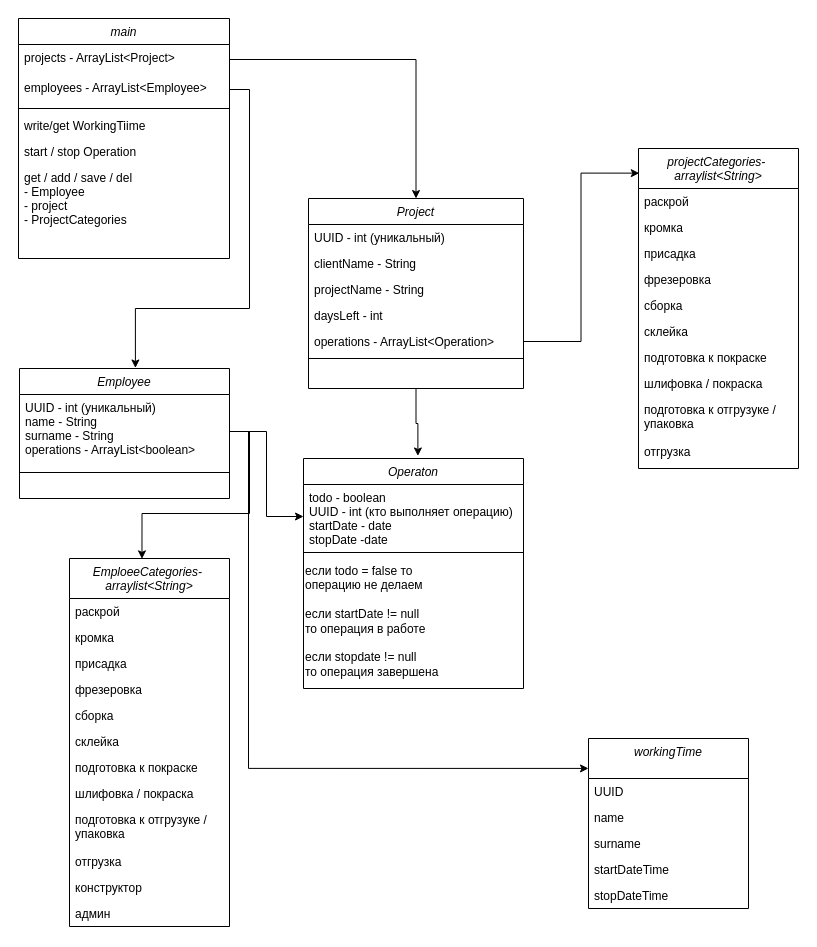
Before: Диаграмма TRAE.drawio in darken321/diagrams, a draw.io diagram. Source tidied: cells renumbered, new cells numbered last; positions are measured from the earlier drawing's top-left corner, leaving out a move shared by most shapes. Both pictures are drawn from the tidied source at 100%, with x=0, y=0 at pixel (18, 18).
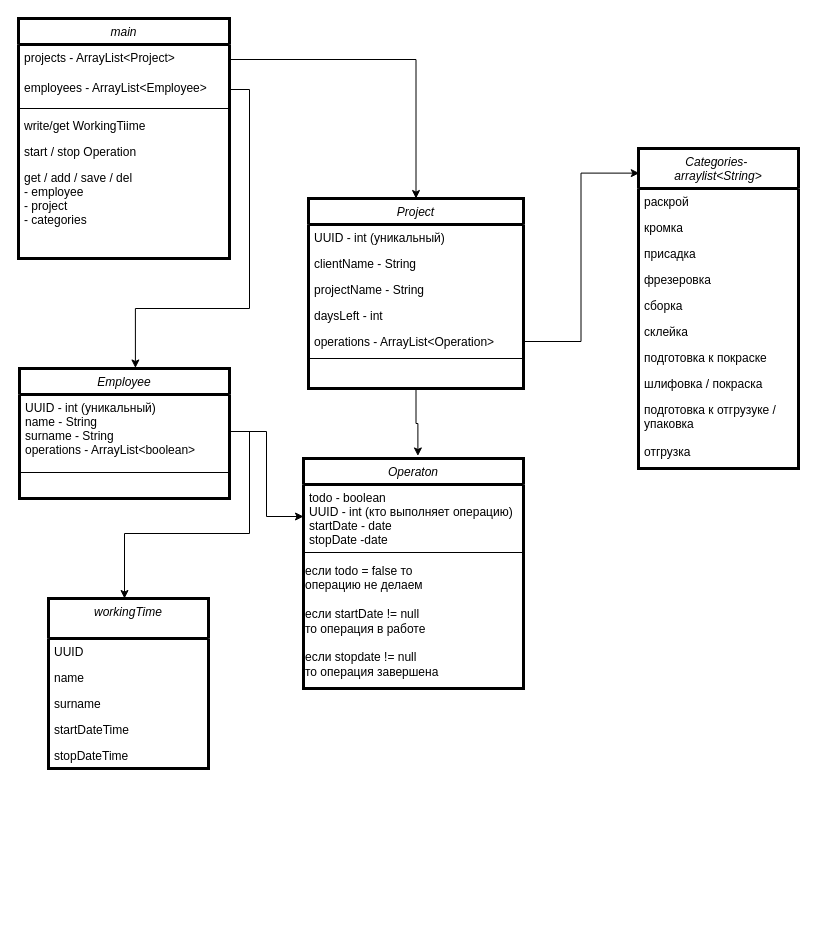
After the change.

Unchanged cells that the change refers to:
```xml
<mxCell id="35" value="UUID - int (уникальный)&#10;name - String&#10;surname - String&#10;operations - ArrayList&lt;boolean&gt;&#10;" style="text;align=left;verticalAlign=top;spacingLeft=4;spacingRight=4;overflow=hidden;points=[[0,0.5],[1,0.5]];portConstraint=eastwest;" parent="34" vertex="1">
  <mxGeometry y="26" width="210" height="74" as="geometry" />
</mxCell>
<mxCell id="43" value="employees - ArrayList&lt;Employee&gt;" style="text;align=left;verticalAlign=top;spacingLeft=4;spacingRight=4;overflow=hidden;points=[[0,0.5],[1,0.5]];portConstraint=eastwest;" parent="41" vertex="1">
  <mxGeometry y="56" width="211" height="30" as="geometry" />
</mxCell>
```

The edit, as a diff of the source:
```diff
@@
-    <mxCell id="3" value="Project" style="swimlane;fontStyle=2;align=center;verticalAlign=top;horizontal=1;startSize=26;rounded=0;shadow=0;strokeWidth=1;" parent="1" vertex="1">
+    <mxCell id="3" value="Project" style="swimlane;fontStyle=2;align=center;verticalAlign=top;horizontal=1;startSize=26;rounded=0;shadow=0;strokeWidth=3;" parent="1" vertex="1">
       <mxGeometry x="290" y="180" width="215" height="190" as="geometry" />
     </mxCell>
@@
-    <mxCell id="10" value="projectCategories- &#10;arraylist&lt;String&gt;" style="swimlane;fontStyle=2;align=center;verticalAlign=top;horizontal=1;startSize=40;rounded=0;shadow=0;strokeWidth=1;" parent="1" vertex="1">
+    <mxCell id="10" value="Categories- &#10;arraylist&lt;String&gt;" style="swimlane;fontStyle=2;align=center;verticalAlign=top;horizontal=1;startSize=40;rounded=0;shadow=0;strokeWidth=3;" parent="1" vertex="1">
       <mxGeometry x="620" y="130" width="160" height="320" as="geometry" />
     </mxCell>
@@
-    <mxCell id="21" value="EmploeeCategories- &#10;arraylist&lt;String&gt;" style="swimlane;fontStyle=2;align=center;verticalAlign=top;horizontal=1;startSize=40;rounded=0;shadow=0;strokeWidth=1;" parent="1" vertex="1">
-      <mxGeometry x="51" y="540" width="160" height="368" as="geometry" />
-    </mxCell>
-    <mxCell id="22" value="раскрой" style="text;align=left;verticalAlign=top;spacingLeft=4;spacingRight=4;overflow=hidden;" parent="21" vertex="1">
-      <mxGeometry y="40" width="160" height="26" as="geometry" />
-    </mxCell>
-    <mxCell id="23" value="кромка" style="text;align=left;verticalAlign=top;spacingLeft=4;spacingRight=4;overflow=hidden;" parent="21" vertex="1">
-      <mxGeometry y="66" width="160" height="26" as="geometry" />
-    </mxCell>
-    <mxCell id="24" value="присадка" style="text;align=left;verticalAlign=top;spacingLeft=4;spacingRight=4;overflow=hidden;" parent="21" vertex="1">
-      <mxGeometry y="92" width="160" height="26" as="geometry" />
-    </mxCell>
-    <mxCell id="25" value="фрезеровка" style="text;align=left;verticalAlign=top;spacingLeft=4;spacingRight=4;overflow=hidden;" parent="21" vertex="1">
-      <mxGeometry y="118" width="160" height="26" as="geometry" />
-    </mxCell>
-    <mxCell id="26" value="сборка" style="text;align=left;verticalAlign=top;spacingLeft=4;spacingRight=4;overflow=hidden;rounded=0;shadow=0;html=0;" parent="21" vertex="1">
-      <mxGeometry y="144" width="160" height="26" as="geometry" />
-    </mxCell>
-    <mxCell id="27" value="склейка" style="text;align=left;verticalAlign=top;spacingLeft=4;spacingRight=4;overflow=hidden;" parent="21" vertex="1">
-      <mxGeometry y="170" width="160" height="26" as="geometry" />
-    </mxCell>
-    <mxCell id="28" value="подготовка к покраске" style="text;align=left;verticalAlign=top;spacingLeft=4;spacingRight=4;overflow=hidden;rounded=0;shadow=0;html=0;" parent="21" vertex="1">
-      <mxGeometry y="196" width="160" height="26" as="geometry" />
-    </mxCell>
-    <mxCell id="29" value="шлифовка / покраска" style="text;align=left;verticalAlign=top;spacingLeft=4;spacingRight=4;overflow=hidden;" parent="21" vertex="1">
-      <mxGeometry y="222" width="160" height="26" as="geometry" />
-    </mxCell>
-    <mxCell id="30" value="подготовка к отгрузуке / &#10;упаковка" style="text;align=left;verticalAlign=top;spacingLeft=4;spacingRight=4;overflow=hidden;rounded=0;shadow=0;html=0;" parent="21" vertex="1">
-      <mxGeometry y="248" width="160" height="42" as="geometry" />
-    </mxCell>
-    <mxCell id="31" value="отгрузка" style="text;align=left;verticalAlign=top;spacingLeft=4;spacingRight=4;overflow=hidden;rounded=0;shadow=0;html=0;" parent="21" vertex="1">
-      <mxGeometry y="290" width="160" height="26" as="geometry" />
-    </mxCell>
-    <mxCell id="32" value="конструктор" style="text;align=left;verticalAlign=top;spacingLeft=4;spacingRight=4;overflow=hidden;rounded=0;shadow=0;html=0;" parent="21" vertex="1">
-      <mxGeometry y="316" width="160" height="26" as="geometry" />
-    </mxCell>
-    <mxCell id="33" value="админ" style="text;align=left;verticalAlign=top;spacingLeft=4;spacingRight=4;overflow=hidden;rounded=0;shadow=0;html=0;" parent="21" vertex="1">
-      <mxGeometry y="342" width="160" height="26" as="geometry" />
-    </mxCell>
-    <mxCell id="34" value="Employee" style="swimlane;fontStyle=2;align=center;verticalAlign=top;horizontal=1;startSize=26;rounded=0;shadow=0;strokeWidth=1;" parent="1" vertex="1">
+    <mxCell id="34" value="Employee" style="swimlane;fontStyle=2;align=center;verticalAlign=top;horizontal=1;startSize=26;rounded=0;shadow=0;strokeWidth=3;" parent="1" vertex="1">
       <mxGeometry x="1" y="350" width="210" height="130" as="geometry" />
     </mxCell>
@@
-    <mxCell id="37" value="Operaton" style="swimlane;fontStyle=2;align=center;verticalAlign=top;horizontal=1;startSize=26;rounded=0;shadow=0;strokeWidth=1;" parent="1" vertex="1">
+    <mxCell id="37" value="Operaton" style="swimlane;fontStyle=2;align=center;verticalAlign=top;horizontal=1;startSize=26;rounded=0;shadow=0;strokeWidth=3;" parent="1" vertex="1">
       <mxGeometry x="285" y="440" width="220" height="230" as="geometry" />
     </mxCell>
@@
-    <mxCell id="41" value="main" style="swimlane;fontStyle=2;align=center;verticalAlign=top;horizontal=1;startSize=26;rounded=0;shadow=0;strokeWidth=1;" parent="1" vertex="1">
+    <mxCell id="41" value="main" style="swimlane;fontStyle=2;align=center;verticalAlign=top;horizontal=1;startSize=26;rounded=0;shadow=0;strokeWidth=3;" parent="1" vertex="1">
       <mxGeometry width="211" height="240" as="geometry" />
     </mxCell>
@@
-    <mxCell id="47" value="get / add / save / del &#10;- Employee&#10;- project&#10;- ProjectCategories&#10;&#10;" style="text;align=left;verticalAlign=top;spacingLeft=4;spacingRight=4;overflow=hidden;" parent="41" vertex="1">
+    <mxCell id="47" value="get / add / save / del &#10;- employee&#10;- project&#10;- categories&#10;&#10;" style="text;align=left;verticalAlign=top;spacingLeft=4;spacingRight=4;overflow=hidden;" parent="41" vertex="1">
       <mxGeometry y="146" width="211" height="64" as="geometry" />
     </mxCell>
@@
-    <mxCell id="49" style="edgeStyle=orthogonalEdgeStyle;rounded=0;jettySize=auto;html=1;entryX=0.453;entryY=0.001;entryDx=0;entryDy=0;entryPerimeter=0;" parent="1" edge="1" source="35" target="21">
-      <mxGeometry relative="1" as="geometry" />
-    </mxCell>
@@
-    <mxCell id="52" value="workingTime" style="swimlane;fontStyle=2;align=center;verticalAlign=top;horizontal=1;startSize=40;rounded=0;shadow=0;strokeWidth=1;" parent="1" vertex="1">
-      <mxGeometry x="570" y="720" width="160" height="170" as="geometry" />
+    <mxCell id="52" value="workingTime" style="swimlane;fontStyle=2;align=center;verticalAlign=top;horizontal=1;startSize=40;rounded=0;shadow=0;strokeWidth=3;" parent="1" vertex="1">
+      <mxGeometry x="30" y="580" width="160" height="170" as="geometry" />
     </mxCell>
@@
+    <mxCell id="59" style="edgeStyle=orthogonalEdgeStyle;rounded=0;jettySize=auto;html=1;entryX=0.552;entryY=-0.004;entryDx=0;entryDy=0;entryPerimeter=0;" parent="1" edge="1" source="43" target="34">
+      <mxGeometry relative="1" as="geometry">
+        <Array as="points">
+          <mxPoint x="231" y="71" />
+          <mxPoint x="231" y="290" />
+          <mxPoint x="117" y="290" />
+        </Array>
+      </mxGeometry>
+    </mxCell>
-    <mxCell id="58" style="edgeStyle=orthogonalEdgeStyle;rounded=0;jettySize=auto;html=1;entryX=0;entryY=0.176;entryDx=0;entryDy=0;entryPerimeter=0;" parent="1" edge="1" source="35" target="52">
-      <mxGeometry relative="1" as="geometry">
-        <Array as="points">
-          <mxPoint x="230" y="413" />
-          <mxPoint x="230" y="750" />
-        </Array>
-      </mxGeometry>
+    <mxCell id="58" style="edgeStyle=orthogonalEdgeStyle;rounded=0;jettySize=auto;html=1;entryX=0.475;entryY=0;entryDx=0;entryDy=0;entryPerimeter=0;" parent="1" edge="1" source="35" target="52">
+      <mxGeometry relative="1" as="geometry" />
     </mxCell>
-    <mxCell id="59" style="edgeStyle=orthogonalEdgeStyle;rounded=0;jettySize=auto;html=1;entryX=0.552;entryY=-0.004;entryDx=0;entryDy=0;entryPerimeter=0;" parent="1" edge="1" source="43" target="34">
-      <mxGeometry relative="1" as="geometry">
-        <Array as="points">
-          <mxPoint x="231" y="71" />
-          <mxPoint x="231" y="290" />
-          <mxPoint x="117" y="290" />
-        </Array>
-      </mxGeometry>
-    </mxCell>
```
